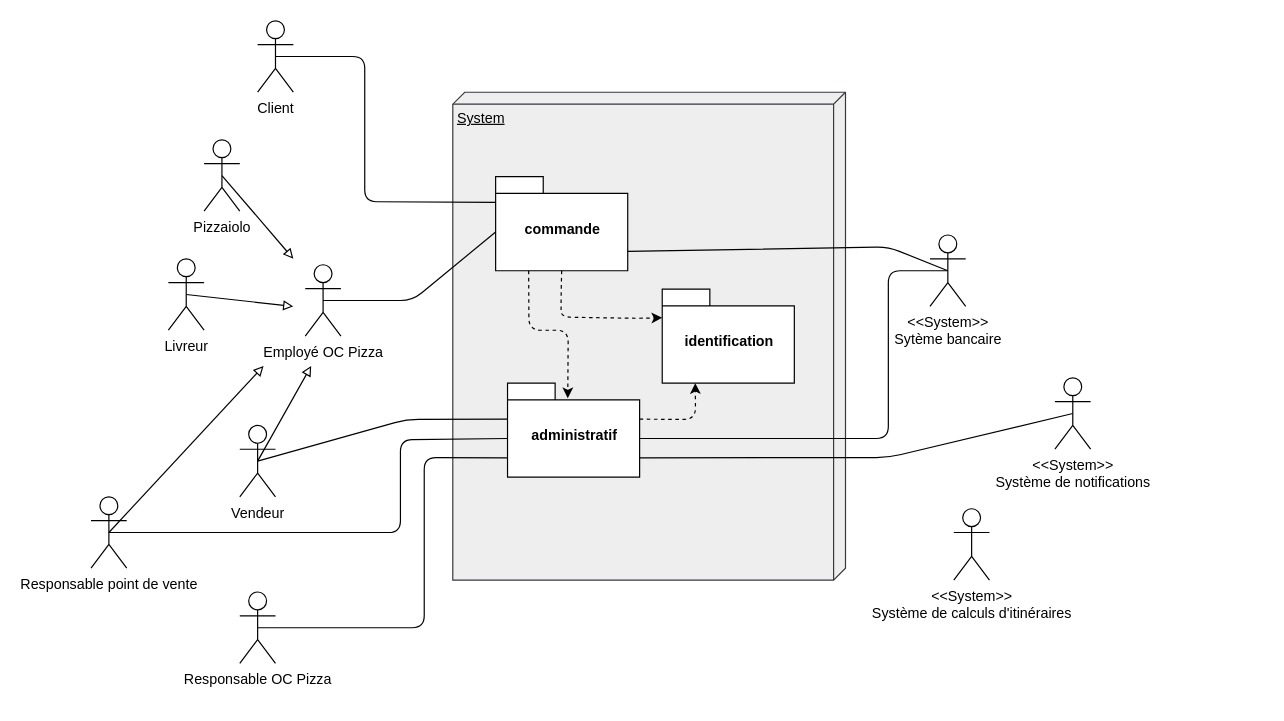
The draw.io diagram Diagramme de package.drawio in vinsbld/OCP, before the edit. Source tidied: cells renumbered, new cells numbered last; positions are measured from the earlier drawing's top-left corner, leaving out a move shared by most shapes. Both pictures are drawn from the tidied source at 119%, with x=0, y=0 at pixel (90, 20).
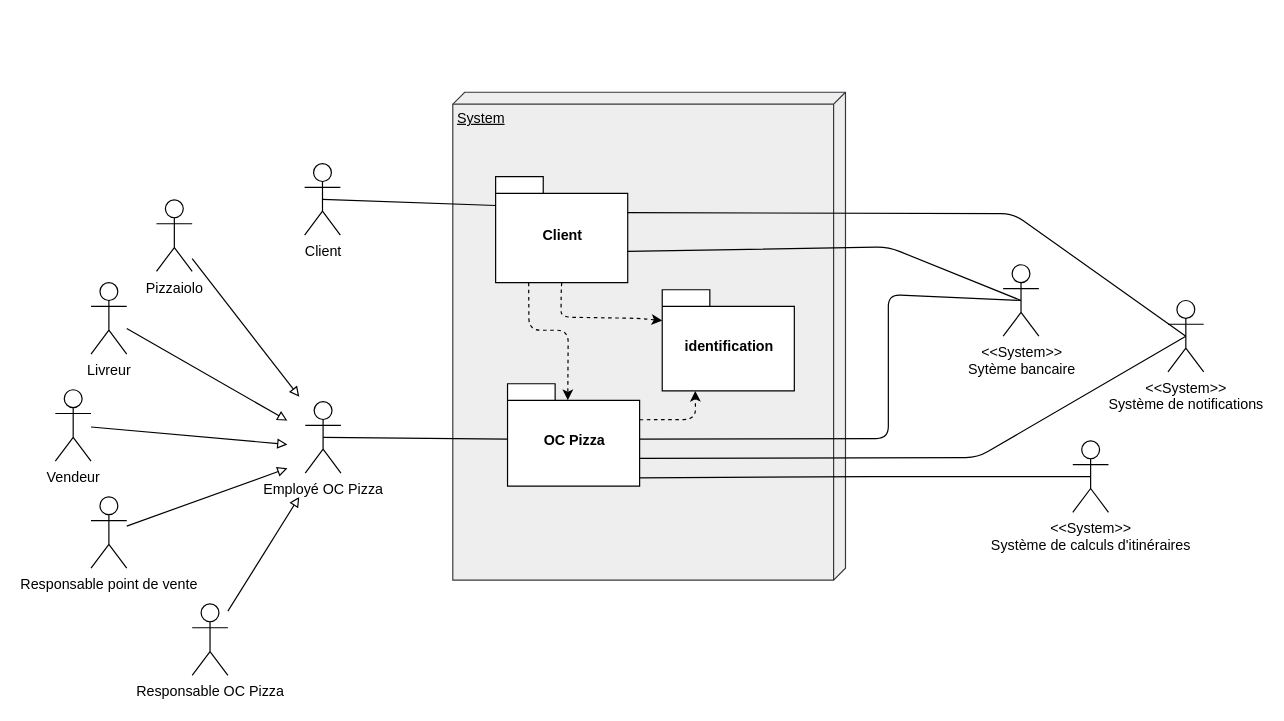
The same diagram, later.

The change refers to these unchanged cells:
```xml
<mxCell id="3" value="Responsable point de vente" style="shape=umlActor;verticalLabelPosition=bottom;labelBackgroundColor=#ffffff;verticalAlign=top;html=1;outlineConnect=0;" parent="1" vertex="1">
  <mxGeometry y="400" width="30" height="60" as="geometry" />
</mxCell>
```

The edit, as a diff of the source:
```diff
@@
     <mxCell id="2" value="Client" style="shape=umlActor;verticalLabelPosition=bottom;labelBackgroundColor=#ffffff;verticalAlign=top;html=1;outlineConnect=0;" parent="1" vertex="1">
-      <mxGeometry x="140" width="30" height="60" as="geometry" />
+      <mxGeometry x="179.5" y="120" width="30" height="60" as="geometry" />
     </mxCell>
+    <mxCell id="31" style="edgeStyle=none;rounded=0;jettySize=auto;html=1;endArrow=block;endFill=0;" parent="1" edge="1" source="3">
+      <mxGeometry relative="1" as="geometry">
+        <mxPoint x="165" y="376" as="targetPoint" />
+      </mxGeometry>
+    </mxCell>
@@
+    <mxCell id="32" style="edgeStyle=none;rounded=0;jettySize=auto;html=1;endArrow=block;endFill=0;" parent="1" edge="1" source="4">
+      <mxGeometry relative="1" as="geometry">
+        <mxPoint x="175" y="400" as="targetPoint" />
+      </mxGeometry>
+    </mxCell>
     <mxCell id="4" value="Responsable OC Pizza" style="shape=umlActor;verticalLabelPosition=bottom;labelBackgroundColor=#ffffff;verticalAlign=top;html=1;outlineConnect=0;" parent="1" vertex="1">
-      <mxGeometry x="125" y="480" width="30" height="60" as="geometry" />
+      <mxGeometry x="85" y="490" width="30" height="60" as="geometry" />
     </mxCell>
+    <mxCell id="33" style="rounded=0;jettySize=auto;html=1;endArrow=block;endFill=0;" parent="1" edge="1" source="5">
+      <mxGeometry relative="1" as="geometry">
+        <mxPoint x="175" y="316" as="targetPoint" />
+      </mxGeometry>
+    </mxCell>
     <mxCell id="5" value="Pizzaiolo" style="shape=umlActor;verticalLabelPosition=bottom;labelBackgroundColor=#ffffff;verticalAlign=top;html=1;outlineConnect=0;" parent="1" vertex="1">
-      <mxGeometry x="95" y="100" width="30" height="60" as="geometry" />
+      <mxGeometry x="55" y="150.5" width="30" height="60" as="geometry" />
     </mxCell>
+    <mxCell id="34" style="edgeStyle=none;rounded=0;jettySize=auto;html=1;endArrow=block;endFill=0;" parent="1" edge="1" source="6">
+      <mxGeometry relative="1" as="geometry">
+        <mxPoint x="165" y="336" as="targetPoint" />
+      </mxGeometry>
+    </mxCell>
     <mxCell id="6" value="Livreur" style="shape=umlActor;verticalLabelPosition=bottom;labelBackgroundColor=#ffffff;verticalAlign=top;html=1;outlineConnect=0;" parent="1" vertex="1">
-      <mxGeometry x="65" y="200" width="30" height="60" as="geometry" />
+      <mxGeometry y="220" width="30" height="60" as="geometry" />
     </mxCell>
+    <mxCell id="35" style="edgeStyle=none;rounded=0;jettySize=auto;html=1;endArrow=block;endFill=0;" parent="1" edge="1" source="7">
+      <mxGeometry relative="1" as="geometry">
+        <mxPoint x="165" y="356" as="targetPoint" />
+      </mxGeometry>
+    </mxCell>
     <mxCell id="7" value="Vendeur" style="shape=umlActor;verticalLabelPosition=bottom;labelBackgroundColor=#ffffff;verticalAlign=top;html=1;outlineConnect=0;" parent="1" vertex="1">
-      <mxGeometry x="125" y="340" width="30" height="60" as="geometry" />
+      <mxGeometry x="-30" y="310" width="30" height="60" as="geometry" />
     </mxCell>
     <mxCell id="8" value="&lt;div&gt;&amp;lt;&amp;lt;System&amp;gt;&amp;gt;&lt;/div&gt;&lt;div&gt;Sytème bancaire&lt;br&gt;&lt;/div&gt;" style="shape=umlActor;verticalLabelPosition=bottom;labelBackgroundColor=#ffffff;verticalAlign=top;html=1;outlineConnect=0;" parent="1" vertex="1">
-      <mxGeometry x="705" y="180" width="30" height="60" as="geometry" />
+      <mxGeometry x="766.5" y="205" width="30" height="60" as="geometry" />
     </mxCell>
     <mxCell id="9" value="&lt;div&gt;&amp;lt;&amp;lt;System&amp;gt;&amp;gt;&lt;/div&gt;&lt;div&gt;Système de notifications&lt;br&gt;&lt;/div&gt;" style="shape=umlActor;verticalLabelPosition=bottom;labelBackgroundColor=#ffffff;verticalAlign=top;html=1;outlineConnect=0;" parent="1" vertex="1">
-      <mxGeometry x="810" y="300" width="30" height="60" as="geometry" />
+      <mxGeometry x="905" y="235" width="30" height="60" as="geometry" />
     </mxCell>
@@
-    <mxCell id="11" value="commande" style="shape=folder;fontStyle=1;spacingTop=10;tabWidth=40;tabHeight=14;tabPosition=left;html=1;" parent="1" vertex="1">
-      <mxGeometry x="340" y="131" width="111" height="79" as="geometry" />
+    <mxCell id="11" value="Client" style="shape=folder;fontStyle=1;spacingTop=10;tabWidth=40;tabHeight=14;tabPosition=left;html=1;" parent="1" vertex="1">
+      <mxGeometry x="340" y="131" width="111" height="89" as="geometry" />
     </mxCell>
     <mxCell id="12" style="endArrow=none;html=1;exitX=0.5;exitY=0.5;exitDx=0;exitDy=0;exitPerimeter=0;entryX=0.002;entryY=0.272;entryDx=0;entryDy=0;entryPerimeter=0;" parent="1" edge="1" source="2" target="11">
-      <mxGeometry relative="1" as="geometry">
-        <Array as="points">
-          <mxPoint x="230" y="30" />
-          <mxPoint x="230" y="152" />
-        </Array>
-      </mxGeometry>
+      <mxGeometry relative="1" as="geometry" />
     </mxCell>
-    <mxCell id="13" style="endArrow=none;html=1;entryX=0;entryY=0;entryDx=0;entryDy=46.5;entryPerimeter=0;exitX=0.5;exitY=0.5;exitDx=0;exitDy=0;exitPerimeter=0;" parent="1" edge="1" source="3" target="15">
-      <mxGeometry relative="1" as="geometry">
-        <Array as="points">
-          <mxPoint x="260" y="430" />
-          <mxPoint x="260" y="352" />
-        </Array>
-      </mxGeometry>
-    </mxCell>
-    <mxCell id="14" style="endArrow=none;html=1;entryX=0;entryY=0;entryDx=0;entryDy=62.75;entryPerimeter=0;exitX=0.5;exitY=0.5;exitDx=0;exitDy=0;exitPerimeter=0;" parent="1" edge="1" source="4" target="15">
-      <mxGeometry relative="1" as="geometry">
-        <Array as="points">
-          <mxPoint x="280" y="510" />
-          <mxPoint x="280" y="367" />
-        </Array>
-      </mxGeometry>
-    </mxCell>
-    <mxCell id="15" value="administratif" style="shape=folder;fontStyle=1;spacingTop=10;tabWidth=40;tabHeight=14;tabPosition=left;html=1;" parent="1" vertex="1">
-      <mxGeometry x="350" y="304.5" width="111" height="79" as="geometry" />
+    <mxCell id="15" value="OC Pizza" style="shape=folder;fontStyle=1;spacingTop=10;tabWidth=40;tabHeight=14;tabPosition=left;html=1;" parent="1" vertex="1">
+      <mxGeometry x="350" y="305" width="111" height="86" as="geometry" />
     </mxCell>
     <mxCell id="16" value="identification" style="shape=folder;fontStyle=1;spacingTop=10;tabWidth=40;tabHeight=14;tabPosition=left;html=1;" parent="1" vertex="1">
-      <mxGeometry x="480" y="225.5" width="111" height="79" as="geometry" />
+      <mxGeometry x="480" y="226" width="111" height="85" as="geometry" />
     </mxCell>
@@
     <mxCell id="18" style="endArrow=none;html=1;entryX=0;entryY=0;entryDx=111;entryDy=46.5;entryPerimeter=0;strokeWidth=1;exitX=0.5;exitY=0.5;exitDx=0;exitDy=0;exitPerimeter=0;" parent="1" edge="1" source="8" target="15">
       <mxGeometry relative="1" as="geometry">
         <Array as="points">
-          <mxPoint x="670" y="210" />
+          <mxPoint x="670" y="230" />
           <mxPoint x="670" y="351" />
         </Array>
       </mxGeometry>
     </mxCell>
     <mxCell id="19" style="endArrow=none;html=1;strokeColor=#000000;entryX=0;entryY=0;entryDx=111;entryDy=62.75;entryPerimeter=0;exitX=0.5;exitY=0.5;exitDx=0;exitDy=0;exitPerimeter=0;" parent="1" edge="1" source="9" target="15">
       <mxGeometry relative="1" as="geometry">
         <Array as="points">
-          <mxPoint x="670" y="367" />
+          <mxPoint x="745" y="367" />
         </Array>
       </mxGeometry>
     </mxCell>
@@
     <mxCell id="23" value="Employé OC Pizza" style="shape=umlActor;verticalLabelPosition=bottom;labelBackgroundColor=#ffffff;verticalAlign=top;html=1;outlineConnect=0;" parent="1" vertex="1">
-      <mxGeometry x="180" y="205" width="30" height="60" as="geometry" />
+      <mxGeometry x="180" y="320" width="30" height="60" as="geometry" />
     </mxCell>
-    <mxCell id="24" style="endArrow=none;html=1;strokeColor=#000000;strokeWidth=1;entryX=0;entryY=0;entryDx=0;entryDy=46.5;entryPerimeter=0;exitX=0.5;exitY=0.5;exitDx=0;exitDy=0;exitPerimeter=0;" parent="1" edge="1" source="23" target="11">
-      <mxGeometry relative="1" as="geometry">
-        <Array as="points">
-          <mxPoint x="270" y="235" />
-        </Array>
-      </mxGeometry>
-    </mxCell>
-    <mxCell id="25" style="endArrow=block;html=1;strokeColor=#000000;strokeWidth=1;exitX=0.5;exitY=0.5;exitDx=0;exitDy=0;exitPerimeter=0;endFill=0;" parent="1" edge="1" source="3">
-      <mxGeometry relative="1" as="geometry">
-        <mxPoint x="145" y="290" as="targetPoint" />
-      </mxGeometry>
-    </mxCell>
-    <mxCell id="26" style="endArrow=block;html=1;strokeColor=#000000;strokeWidth=1;exitX=0.5;exitY=0.5;exitDx=0;exitDy=0;exitPerimeter=0;endFill=0;" parent="1" edge="1" source="7">
-      <mxGeometry relative="1" as="geometry">
-        <mxPoint x="185" y="290" as="targetPoint" />
-      </mxGeometry>
-    </mxCell>
-    <mxCell id="27" style="endArrow=block;html=1;strokeColor=#000000;strokeWidth=1;exitX=0.5;exitY=0.5;exitDx=0;exitDy=0;exitPerimeter=0;endFill=0;" parent="1" edge="1" source="6">
-      <mxGeometry relative="1" as="geometry">
-        <mxPoint x="170" y="240" as="targetPoint" />
-      </mxGeometry>
-    </mxCell>
-    <mxCell id="28" style="endArrow=block;html=1;strokeColor=#000000;strokeWidth=1;exitX=0.5;exitY=0.5;exitDx=0;exitDy=0;exitPerimeter=0;endFill=0;" parent="1" edge="1" source="5">
-      <mxGeometry relative="1" as="geometry">
-        <mxPoint x="170" y="200" as="targetPoint" />
-      </mxGeometry>
-    </mxCell>
-    <mxCell id="29" style="endArrow=none;html=1;strokeColor=#000000;strokeWidth=1;entryX=0;entryY=0;entryDx=0;entryDy=30.25;entryPerimeter=0;exitX=0.5;exitY=0.5;exitDx=0;exitDy=0;exitPerimeter=0;" parent="1" edge="1" source="7" target="15">
-      <mxGeometry relative="1" as="geometry">
-        <Array as="points">
-          <mxPoint x="265" y="335" />
-        </Array>
-      </mxGeometry>
-    </mxCell>
     <mxCell id="30" value="&lt;div&gt;&amp;lt;&amp;lt;System&amp;gt;&amp;gt;&lt;/div&gt;&lt;div&gt;Système de calculs d'itinéraires&lt;br&gt;&lt;/div&gt;" style="shape=umlActor;verticalLabelPosition=bottom;labelBackgroundColor=#ffffff;verticalAlign=top;html=1;outlineConnect=0;" parent="1" vertex="1">
-      <mxGeometry x="725" y="410" width="30" height="60" as="geometry" />
+      <mxGeometry x="825" y="353" width="30" height="60" as="geometry" />
     </mxCell>
+    <mxCell id="36" style="endArrow=none;html=1;entryX=0;entryY=0;entryDx=0;entryDy=46.5;entryPerimeter=0;exitX=0.5;exitY=0.5;exitDx=0;exitDy=0;exitPerimeter=0;" parent="1" edge="1" source="23" target="15">
+      <mxGeometry relative="1" as="geometry" />
+    </mxCell>
+    <mxCell id="37" style="endArrow=none;html=1;entryX=0;entryY=0;entryDx=110.99999999999999;entryDy=30.25;entryPerimeter=0;exitX=0.5;exitY=0.5;exitDx=0;exitDy=0;exitPerimeter=0;" parent="1" edge="1" source="9" target="11">
+      <mxGeometry relative="1" as="geometry">
+        <Array as="points">
+          <mxPoint x="775" y="162" />
+        </Array>
+      </mxGeometry>
+    </mxCell>
+    <mxCell id="38" style="endArrow=none;html=1;entryX=0;entryY=0;entryDx=110.99999999999999;entryDy=79;entryPerimeter=0;exitX=0.5;exitY=0.5;exitDx=0;exitDy=0;exitPerimeter=0;" parent="1" edge="1" source="30" target="15">
+      <mxGeometry relative="1" as="geometry">
+        <Array as="points">
+          <mxPoint x="665" y="383" />
+        </Array>
+      </mxGeometry>
+    </mxCell>
```
